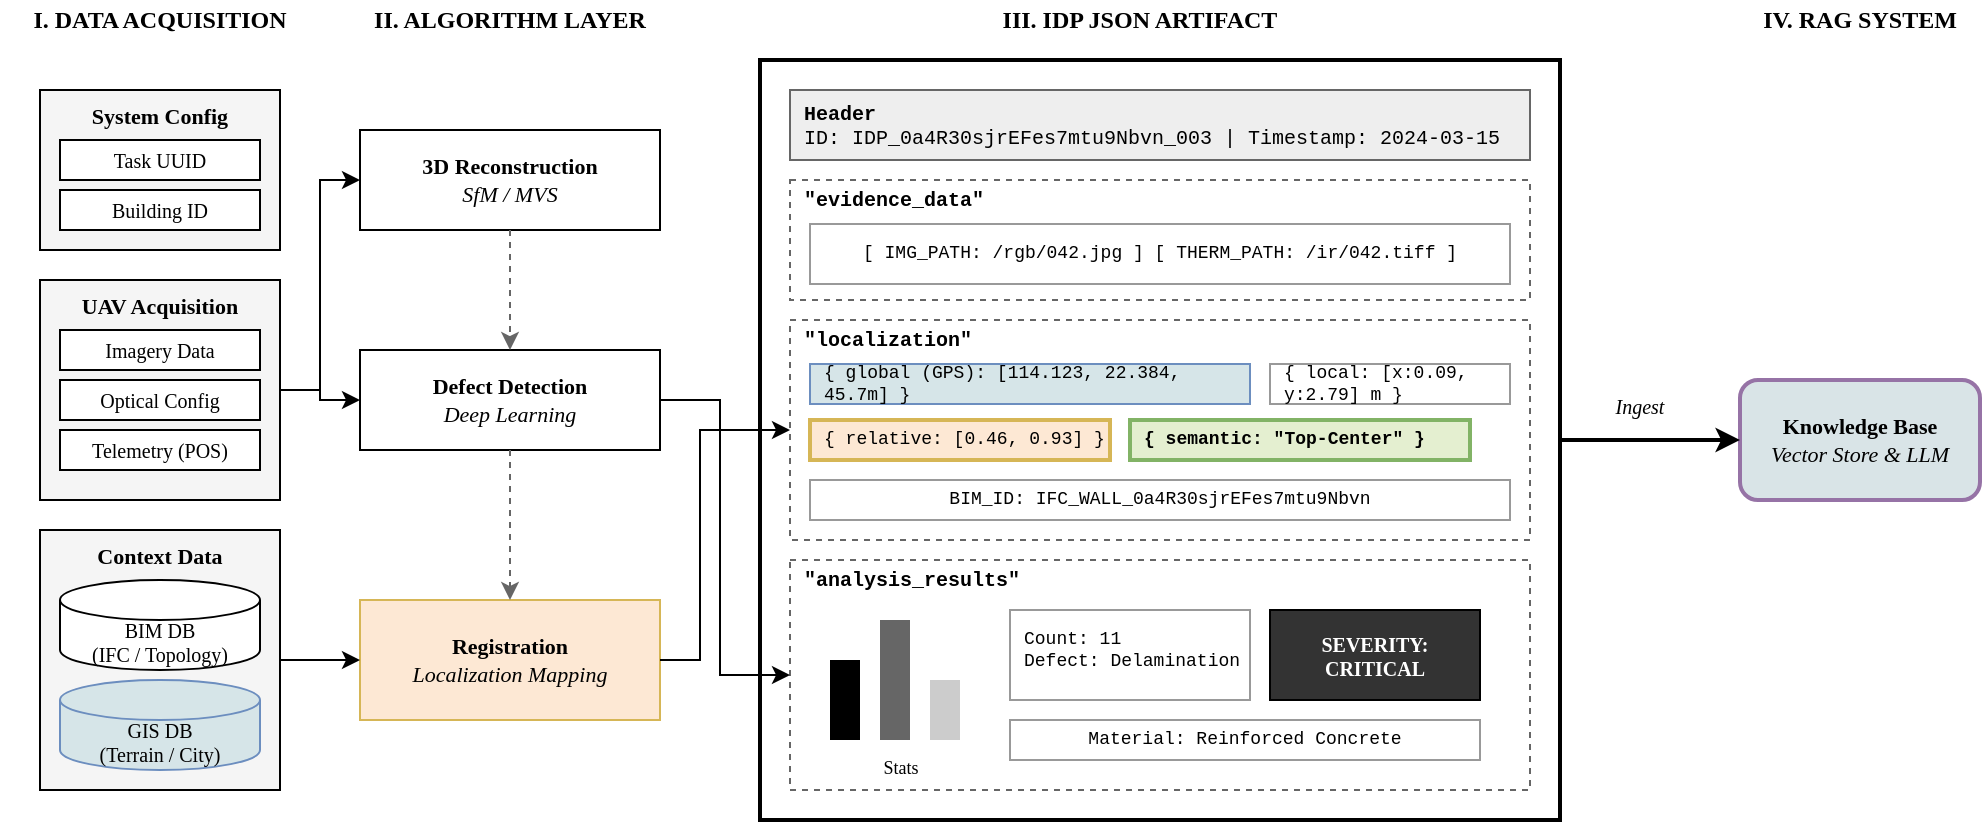
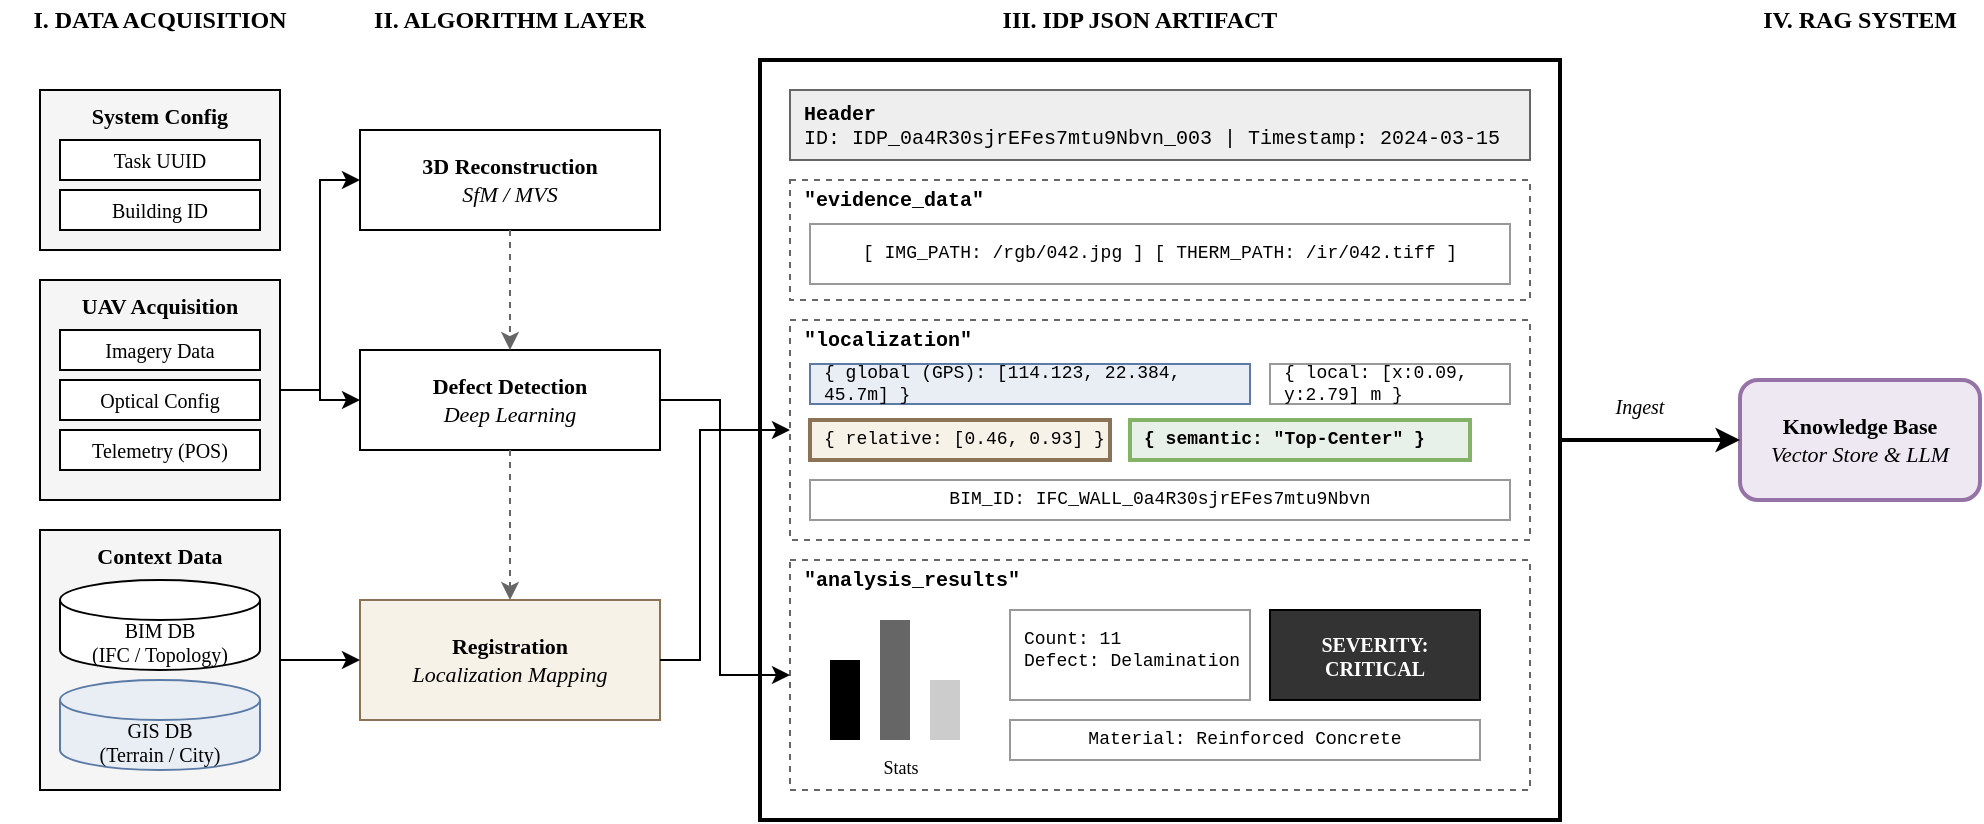
<mxfile host="Electron" agent="Mozilla/5.0 (Macintosh; Intel Mac OS X 10_15_7) AppleWebKit/537.36 (KHTML, like Gecko) draw.io/29.2.9 Chrome/140.0.7339.249 Electron/38.7.2 Safari/537.36" version="29.2.9">
  <diagram id="IDP_Framework" name="IDP Construction Pipeline">
    <mxGraphModel dx="1257" dy="702" grid="1" gridSize="10" guides="1" tooltips="1" connect="1" arrows="1" fold="1" page="1" pageScale="1" pageWidth="1600" pageHeight="900" math="0" shadow="0">
      <root>
        <mxCell id="0" />
        <mxCell id="1" parent="0" />
        <mxCell id="sec1_title" parent="1" style="text;html=1;strokeColor=none;fillColor=none;align=center;verticalAlign=middle;whiteSpace=wrap;rounded=0;fontStyle=1;fontSize=12;fontFamily=Times New Roman;fontColor=#000000;" value="I. DATA ACQUISITION" vertex="1">
          <mxGeometry height="20" width="160" x="20" y="30" as="geometry" />
        </mxCell>
        <mxCell id="sys_config" parent="1" style="rounded=0;whiteSpace=wrap;html=1;fillColor=#f5f5f5;strokeColor=#000000;strokeWidth=1;verticalAlign=top;fontFamily=Times New Roman;fontSize=11;fontStyle=1" value="System Config" vertex="1">
          <mxGeometry height="80" width="120" x="40" y="75" as="geometry" />
        </mxCell>
        <mxCell id="task_uuid" parent="1" style="rounded=0;whiteSpace=wrap;html=1;fillColor=#ffffff;strokeColor=#000000;fontSize=10;fontFamily=Times New Roman;" value="Task UUID" vertex="1">
          <mxGeometry height="20" width="100" x="50" y="100" as="geometry" />
        </mxCell>
        <mxCell id="building_id" parent="1" style="rounded=0;whiteSpace=wrap;html=1;fillColor=#ffffff;strokeColor=#000000;fontSize=10;fontFamily=Times New Roman;" value="Building ID" vertex="1">
          <mxGeometry height="20" width="100" x="50" y="125" as="geometry" />
        </mxCell>
        <mxCell id="uav_acq" parent="1" style="rounded=0;whiteSpace=wrap;html=1;fillColor=#f5f5f5;strokeColor=#000000;strokeWidth=1;verticalAlign=top;fontFamily=Times New Roman;fontSize=11;fontStyle=1" value="UAV Acquisition" vertex="1">
          <mxGeometry height="110" width="120" x="40" y="170" as="geometry" />
        </mxCell>
        <mxCell id="imagery" parent="1" style="rounded=0;whiteSpace=wrap;html=1;fillColor=#ffffff;strokeColor=#000000;fontSize=10;fontFamily=Times New Roman;" value="Imagery Data" vertex="1">
          <mxGeometry height="20" width="100" x="50" y="195" as="geometry" />
        </mxCell>
        <mxCell id="optical" parent="1" style="rounded=0;whiteSpace=wrap;html=1;fillColor=#ffffff;strokeColor=#000000;fontSize=10;fontFamily=Times New Roman;" value="Optical Config" vertex="1">
          <mxGeometry height="20" width="100" x="50" y="220" as="geometry" />
        </mxCell>
        <mxCell id="telemetry" parent="1" style="rounded=0;whiteSpace=wrap;html=1;fillColor=#ffffff;strokeColor=#000000;fontSize=10;fontFamily=Times New Roman;" value="Telemetry (POS)" vertex="1">
          <mxGeometry height="20" width="100" x="50" y="245" as="geometry" />
        </mxCell>
        <mxCell id="context_data" parent="1" style="rounded=0;whiteSpace=wrap;html=1;fillColor=#f5f5f5;strokeColor=#000000;strokeWidth=1;verticalAlign=top;fontFamily=Times New Roman;fontSize=11;fontStyle=1" value="Context Data" vertex="1">
          <mxGeometry height="130" width="120" x="40" y="295" as="geometry" />
        </mxCell>
        <mxCell id="bim_db" parent="1" style="shape=cylinder3;whiteSpace=wrap;html=1;boundedLbl=1;backgroundOutline=1;size=10;fillColor=#ffffff;strokeColor=#000000;strokeWidth=1;fontFamily=Times New Roman;fontSize=10;verticalAlign=middle;" value="BIM DB&#xa;(IFC / Topology)" vertex="1">
          <mxGeometry height="45" width="100" x="50" y="320" as="geometry" />
        </mxCell>
-         <mxCell id="gis_db" parent="1" style="shape=cylinder3;whiteSpace=wrap;html=1;boundedLbl=1;backgroundOutline=1;size=10;fillColor=#D6E5E8;strokeColor=#6c8ebf;strokeWidth=1;fontFamily=Times New Roman;fontSize=10;verticalAlign=middle;" value="GIS DB&#xa;(Terrain / City)" vertex="1">
+         <mxCell id="gis_db" parent="1" style="shape=cylinder3;whiteSpace=wrap;html=1;boundedLbl=1;backgroundOutline=1;size=10;fillColor=#E8EEF4;strokeColor=#5B7BA6;strokeWidth=1;fontFamily=Times New Roman;fontSize=10;verticalAlign=middle;" value="GIS DB&#xa;(Terrain / City)" vertex="1">
          <mxGeometry height="45" width="100" x="50" y="370" as="geometry" />
        </mxCell>
        <mxCell id="sec2_title" parent="1" style="text;html=1;strokeColor=none;fillColor=none;align=center;verticalAlign=middle;whiteSpace=wrap;rounded=0;fontStyle=1;fontSize=12;fontFamily=Times New Roman;fontColor=#000000;" value="II. ALGORITHM LAYER" vertex="1">
          <mxGeometry height="20" width="160" x="195" y="30" as="geometry" />
        </mxCell>
        <mxCell id="recon_3d" parent="1" style="rounded=0;whiteSpace=wrap;html=1;fillColor=#ffffff;strokeColor=#000000;strokeWidth=1;fontFamily=Times New Roman;fontSize=11;" value="&lt;b&gt;3D Reconstruction&lt;/b&gt;&#xa;&lt;i&gt;SfM / MVS&lt;/i&gt;" vertex="1">
          <mxGeometry height="50" width="150" x="200" y="95" as="geometry" />
        </mxCell>
        <mxCell id="defect_det" parent="1" style="rounded=0;whiteSpace=wrap;html=1;fillColor=#ffffff;strokeColor=#000000;strokeWidth=1;fontFamily=Times New Roman;fontSize=11;" value="&lt;b&gt;Defect Detection&lt;/b&gt;&#xa;&lt;i&gt;Deep Learning&lt;/i&gt;" vertex="1">
          <mxGeometry height="50" width="150" x="200" y="205" as="geometry" />
        </mxCell>
-         <mxCell id="registration" parent="1" style="rounded=0;whiteSpace=wrap;html=1;fillColor=#FDE8D4;strokeColor=#d6b656;strokeWidth=1;fontFamily=Times New Roman;fontSize=11;" value="&lt;b&gt;Registration&lt;/b&gt;&#xa;&lt;i&gt;Localization Mapping&lt;/i&gt;" vertex="1">
+         <mxCell id="registration" parent="1" style="rounded=0;whiteSpace=wrap;html=1;fillColor=#F7F2E8;strokeColor=#8B7355;strokeWidth=1;fontFamily=Times New Roman;fontSize=11;" value="&lt;b&gt;Registration&lt;/b&gt;&#xa;&lt;i&gt;Localization Mapping&lt;/i&gt;" vertex="1">
          <mxGeometry height="60" width="150" x="200" y="330" as="geometry" />
        </mxCell>
        <mxCell id="sec3_title" parent="1" style="text;html=1;strokeColor=none;fillColor=none;align=center;verticalAlign=middle;whiteSpace=wrap;rounded=0;fontStyle=1;fontSize=12;fontFamily=Times New Roman;fontColor=#000000;" value="III. IDP JSON ARTIFACT" vertex="1">
          <mxGeometry height="20" width="200" x="490" y="30" as="geometry" />
        </mxCell>
        <mxCell id="idp_container" parent="1" style="rounded=0;whiteSpace=wrap;html=1;fillColor=#ffffff;strokeColor=#000000;strokeWidth=2;" value="" vertex="1">
          <mxGeometry height="380" width="400" x="400" y="60" as="geometry" />
        </mxCell>
        <mxCell id="idp_header" parent="1" style="rounded=0;whiteSpace=wrap;html=1;fillColor=#eeeeee;strokeColor=#666666;fontFamily=Courier New;fontSize=10;align=left;spacingLeft=5;" value="&lt;b&gt;Header&lt;/b&gt;&#xa;ID: IDP_0a4R30sjrEFes7mtu9Nbvn_003 | Timestamp: 2024-03-15" vertex="1">
          <mxGeometry height="35" width="370" x="415" y="75" as="geometry" />
        </mxCell>
        <mxCell id="evidence_section" parent="1" style="rounded=0;whiteSpace=wrap;html=1;fillColor=none;strokeColor=#666666;dashed=1;" value="" vertex="1">
          <mxGeometry height="60" width="370" x="415" y="120" as="geometry" />
        </mxCell>
        <mxCell id="evidence_label" parent="1" style="text;html=1;strokeColor=none;fillColor=none;align=left;verticalAlign=middle;whiteSpace=wrap;rounded=0;fontFamily=Courier New;fontSize=10;fontStyle=1" value="&quot;evidence_data&quot;" vertex="1">
          <mxGeometry height="15" width="100" x="420" y="122" as="geometry" />
        </mxCell>
        <mxCell id="evidence_content" parent="1" style="rounded=0;whiteSpace=wrap;html=1;fillColor=#ffffff;strokeColor=#999999;fontFamily=Courier New;fontSize=9;align=center;" value="[ IMG_PATH: /rgb/042.jpg ]   [ THERM_PATH: /ir/042.tiff ]" vertex="1">
          <mxGeometry height="30" width="350" x="425" y="142" as="geometry" />
        </mxCell>
        <mxCell id="loc_section" parent="1" style="rounded=0;whiteSpace=wrap;html=1;fillColor=none;strokeColor=#666666;dashed=1;" value="" vertex="1">
          <mxGeometry height="110" width="370" x="415" y="190" as="geometry" />
        </mxCell>
        <mxCell id="loc_label" parent="1" style="text;html=1;strokeColor=none;fillColor=none;align=left;verticalAlign=middle;whiteSpace=wrap;rounded=0;fontFamily=Courier New;fontSize=10;fontStyle=1" value="&quot;localization&quot;" vertex="1">
          <mxGeometry height="15" width="100" x="420" y="192" as="geometry" />
        </mxCell>
-         <mxCell id="loc_global" parent="1" style="rounded=0;whiteSpace=wrap;html=1;fillColor=#D6E5E8;strokeColor=#6c8ebf;fontFamily=Courier New;fontSize=9;align=left;spacingLeft=5;" value="{ global (GPS): [114.123, 22.384, 45.7m] }" vertex="1">
+         <mxCell id="loc_global" parent="1" style="rounded=0;whiteSpace=wrap;html=1;fillColor=#E8EEF4;strokeColor=#5B7BA6;fontFamily=Courier New;fontSize=9;align=left;spacingLeft=5;" value="{ global (GPS): [114.123, 22.384, 45.7m] }" vertex="1">
          <mxGeometry height="20" width="220" x="425" y="212" as="geometry" />
        </mxCell>
        <mxCell id="loc_local" parent="1" style="rounded=0;whiteSpace=wrap;html=1;fillColor=#ffffff;strokeColor=#999999;fontFamily=Courier New;fontSize=9;align=left;spacingLeft=5;" value="{ local: [x:0.09, y:2.79] m }" vertex="1">
          <mxGeometry height="20" width="120" x="655" y="212" as="geometry" />
        </mxCell>
-         <mxCell id="loc_relative" parent="1" style="rounded=0;whiteSpace=wrap;html=1;fillColor=#FDE8D4;strokeColor=#d6b656;fontFamily=Courier New;fontSize=9;align=left;spacingLeft=5;strokeWidth=2;" value="{ relative: [0.46, 0.93] }" vertex="1">
+         <mxCell id="loc_relative" parent="1" style="rounded=0;whiteSpace=wrap;html=1;fillColor=#F7F2E8;strokeColor=#8B7355;fontFamily=Courier New;fontSize=9;align=left;spacingLeft=5;strokeWidth=2;" value="{ relative: [0.46, 0.93] }" vertex="1">
          <mxGeometry height="20" width="150" x="425" y="240" as="geometry" />
        </mxCell>
-         <mxCell id="loc_semantic" parent="1" style="rounded=0;whiteSpace=wrap;html=1;fillColor=#E4EFD0;strokeColor=#82b366;fontFamily=Courier New;fontSize=9;align=left;spacingLeft=5;fontStyle=1;strokeWidth=2;" value="{ semantic: &quot;Top-Center&quot; }" vertex="1">
+         <mxCell id="loc_semantic" parent="1" style="rounded=0;whiteSpace=wrap;html=1;fillColor=#E8F0EA;strokeColor=#82b366;fontFamily=Courier New;fontSize=9;align=left;spacingLeft=5;fontStyle=1;strokeWidth=2;" value="{ semantic: &quot;Top-Center&quot; }" vertex="1">
          <mxGeometry height="20" width="170" x="585" y="240" as="geometry" />
        </mxCell>
        <mxCell id="loc_bim" parent="1" style="rounded=0;whiteSpace=wrap;html=1;fillColor=#ffffff;strokeColor=#999999;fontFamily=Courier New;fontSize=9;align=center;" value="BIM_ID: IFC_WALL_0a4R30sjrEFes7mtu9Nbvn" vertex="1">
          <mxGeometry height="20" width="350" x="425" y="270" as="geometry" />
        </mxCell>
        <mxCell id="analysis_section" parent="1" style="rounded=0;whiteSpace=wrap;html=1;fillColor=none;strokeColor=#666666;dashed=1;" value="" vertex="1">
          <mxGeometry height="115" width="370" x="415" y="310" as="geometry" />
        </mxCell>
        <mxCell id="analysis_label" parent="1" style="text;html=1;strokeColor=none;fillColor=none;align=left;verticalAlign=middle;whiteSpace=wrap;rounded=0;fontFamily=Courier New;fontSize=10;fontStyle=1" value="&quot;analysis_results&quot;" vertex="1">
          <mxGeometry height="15" width="120" x="420" y="312" as="geometry" />
        </mxCell>
        <mxCell id="bar1" parent="1" style="rounded=0;whiteSpace=wrap;html=1;fillColor=#000000;strokeColor=none;" value="" vertex="1">
          <mxGeometry height="40" width="15" x="435" y="360" as="geometry" />
        </mxCell>
        <mxCell id="bar2" parent="1" style="rounded=0;whiteSpace=wrap;html=1;fillColor=#666666;strokeColor=none;" value="" vertex="1">
          <mxGeometry height="60" width="15" x="460" y="340" as="geometry" />
        </mxCell>
        <mxCell id="bar3" parent="1" style="rounded=0;whiteSpace=wrap;html=1;fillColor=#cccccc;strokeColor=none;" value="" vertex="1">
          <mxGeometry height="30" width="15" x="485" y="370" as="geometry" />
        </mxCell>
        <mxCell id="stats_label" parent="1" style="text;html=1;align=center;fontSize=9;fontFamily=Times New Roman;" value="Stats" vertex="1">
          <mxGeometry height="12" width="90" x="425" y="402" as="geometry" />
        </mxCell>
        <mxCell id="defect_info" parent="1" style="rounded=0;whiteSpace=wrap;html=1;fillColor=#ffffff;strokeColor=#999999;fontFamily=Courier New;fontSize=9;align=left;spacingLeft=5;verticalAlign=top;spacingTop=3;" value="Count: 11&#xa;Defect: Delamination" vertex="1">
          <mxGeometry height="45" width="120" x="525" y="335" as="geometry" />
        </mxCell>
        <mxCell id="severity_box" parent="1" style="rounded=0;whiteSpace=wrap;html=1;fillColor=#333333;strokeColor=#000000;fontFamily=Times New Roman;fontSize=10;fontColor=#ffffff;fontStyle=1" value="SEVERITY:&#xa;CRITICAL" vertex="1">
          <mxGeometry height="45" width="105" x="655" y="335" as="geometry" />
        </mxCell>
        <mxCell id="material_box" parent="1" style="rounded=0;whiteSpace=wrap;html=1;fillColor=#ffffff;strokeColor=#999999;fontFamily=Courier New;fontSize=9;align=center;" value="Material: Reinforced Concrete" vertex="1">
          <mxGeometry height="20" width="235" x="525" y="390" as="geometry" />
        </mxCell>
        <mxCell id="sec4_title" parent="1" style="text;html=1;strokeColor=none;fillColor=none;align=center;verticalAlign=middle;whiteSpace=wrap;rounded=0;fontStyle=1;fontSize=12;fontFamily=Times New Roman;fontColor=#000000;" value="IV. RAG SYSTEM" vertex="1">
          <mxGeometry height="20" width="120" x="890" y="30" as="geometry" />
        </mxCell>
-         <mxCell id="rag_box" parent="1" style="rounded=1;whiteSpace=wrap;html=1;fillColor=#D9E4E7;strokeColor=#9673a6;strokeWidth=2;fontFamily=Times New Roman;fontSize=11;" value="&lt;b&gt;Knowledge Base&lt;/b&gt;&#xa;&lt;i&gt;Vector Store &amp; LLM&lt;/i&gt;" vertex="1">
+         <mxCell id="rag_box" parent="1" style="rounded=1;whiteSpace=wrap;html=1;fillColor=#EEE8F2;strokeColor=#9673a6;strokeWidth=2;fontFamily=Times New Roman;fontSize=11;" value="&lt;b&gt;Knowledge Base&lt;/b&gt;&#xa;&lt;i&gt;Vector Store &amp; LLM&lt;/i&gt;" vertex="1">
          <mxGeometry height="60" width="120" x="890" y="220" as="geometry" />
        </mxCell>
        <mxCell id="e1" edge="1" parent="1" source="uav_acq" style="edgeStyle=orthogonalEdgeStyle;rounded=0;orthogonalLoop=1;jettySize=auto;html=1;strokeColor=#000000;strokeWidth=1;exitX=1;exitY=0.5;exitDx=0;exitDy=0;entryX=0;entryY=0.5;entryDx=0;entryDy=0;" target="recon_3d">
          <mxGeometry relative="1" as="geometry">
            <Array as="points">
              <mxPoint x="180" y="225" />
              <mxPoint x="180" y="120" />
            </Array>
          </mxGeometry>
        </mxCell>
        <mxCell id="e2" edge="1" parent="1" source="uav_acq" style="edgeStyle=orthogonalEdgeStyle;rounded=0;orthogonalLoop=1;jettySize=auto;html=1;strokeColor=#000000;strokeWidth=1;exitX=1;exitY=0.5;exitDx=0;exitDy=0;entryX=0;entryY=0.5;entryDx=0;entryDy=0;" target="defect_det">
          <mxGeometry relative="1" as="geometry" />
        </mxCell>
        <mxCell id="e3" edge="1" parent="1" source="context_data" style="edgeStyle=orthogonalEdgeStyle;rounded=0;orthogonalLoop=1;jettySize=auto;html=1;strokeColor=#000000;strokeWidth=1;exitX=1;exitY=0.5;exitDx=0;exitDy=0;entryX=0;entryY=0.5;entryDx=0;entryDy=0;" target="registration">
          <mxGeometry relative="1" as="geometry" />
        </mxCell>
        <mxCell id="e4" edge="1" parent="1" source="recon_3d" style="edgeStyle=orthogonalEdgeStyle;rounded=0;orthogonalLoop=1;jettySize=auto;html=1;strokeColor=#666666;strokeWidth=1;dashed=1;exitX=0.5;exitY=1;exitDx=0;exitDy=0;entryX=0.5;entryY=0;entryDx=0;entryDy=0;" target="defect_det">
          <mxGeometry relative="1" as="geometry" />
        </mxCell>
        <mxCell id="e5" edge="1" parent="1" source="defect_det" style="edgeStyle=orthogonalEdgeStyle;rounded=0;orthogonalLoop=1;jettySize=auto;html=1;strokeColor=#666666;strokeWidth=1;dashed=1;exitX=0.5;exitY=1;exitDx=0;exitDy=0;entryX=0.5;entryY=0;entryDx=0;entryDy=0;" target="registration">
          <mxGeometry relative="1" as="geometry" />
        </mxCell>
        <mxCell id="e6" edge="1" parent="1" source="registration" style="edgeStyle=orthogonalEdgeStyle;rounded=0;orthogonalLoop=1;jettySize=auto;html=1;strokeColor=#000000;strokeWidth=1;exitX=1;exitY=0.5;exitDx=0;exitDy=0;entryX=0;entryY=0.5;entryDx=0;entryDy=0;" target="loc_section">
          <mxGeometry relative="1" as="geometry">
            <Array as="points">
              <mxPoint x="370" y="360" />
              <mxPoint x="370" y="245" />
            </Array>
          </mxGeometry>
        </mxCell>
        <mxCell id="e7" edge="1" parent="1" source="defect_det" style="edgeStyle=orthogonalEdgeStyle;rounded=0;orthogonalLoop=1;jettySize=auto;html=1;strokeColor=#000000;strokeWidth=1;exitX=1;exitY=0.5;exitDx=0;exitDy=0;entryX=0;entryY=0.5;entryDx=0;entryDy=0;" target="analysis_section">
          <mxGeometry relative="1" as="geometry">
            <Array as="points">
              <mxPoint x="380" y="230" />
              <mxPoint x="380" y="368" />
            </Array>
          </mxGeometry>
        </mxCell>
        <mxCell id="e8" edge="1" parent="1" source="idp_container" style="edgeStyle=orthogonalEdgeStyle;rounded=0;orthogonalLoop=1;jettySize=auto;html=1;strokeColor=#000000;strokeWidth=2;exitX=1;exitY=0.5;exitDx=0;exitDy=0;entryX=0;entryY=0.5;entryDx=0;entryDy=0;" target="rag_box">
          <mxGeometry relative="1" as="geometry" />
        </mxCell>
        <mxCell id="e8_label" parent="1" style="text;html=1;strokeColor=none;fillColor=none;align=center;verticalAlign=middle;whiteSpace=wrap;rounded=0;fontFamily=Times New Roman;fontSize=10;fontStyle=2" value="Ingest" vertex="1">
          <mxGeometry height="15" width="40" x="820" y="225" as="geometry" />
        </mxCell>
      </root>
    </mxGraphModel>
  </diagram>
</mxfile>
